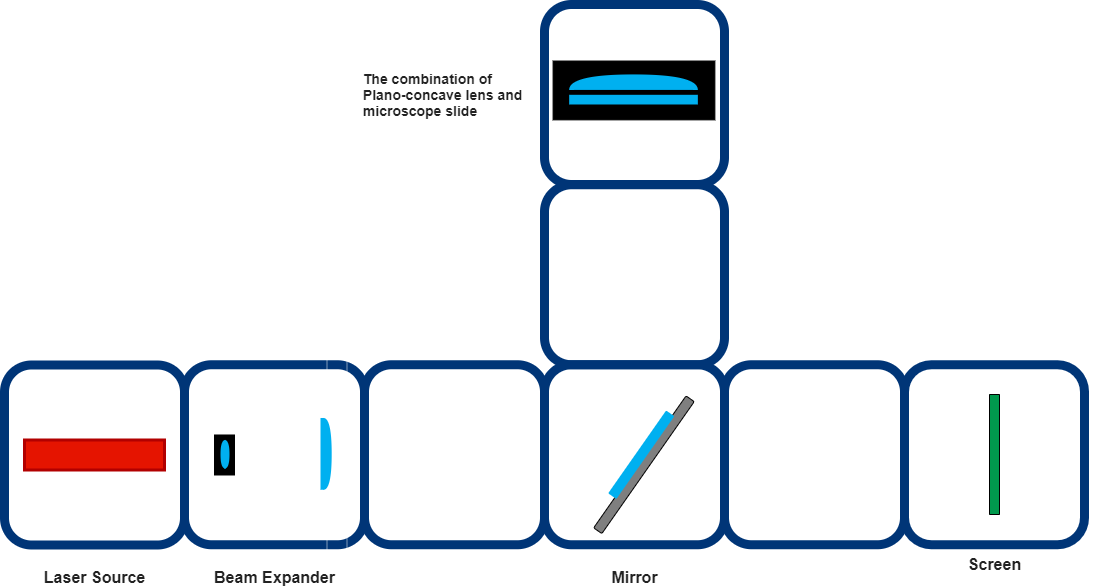
Above: APPLICATIONS/APP_POL_Newtons_Rings_Experiment/IMAGES/newtons_rings_diagram.png in openUC2/UC2-GIT (draw.io), before the change. Source tidied: cells renumbered, new cells last; positions are measured from the earlier drawing's top-left corner, leaving out a move shared by most shapes.
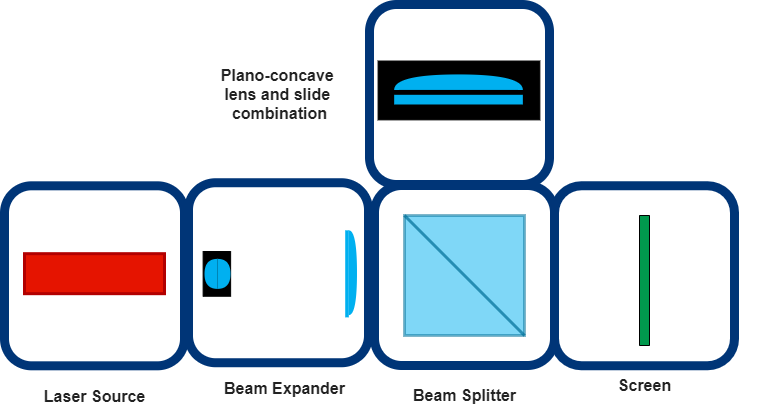
After the change.

What changed in the source:
```diff
@@ -2,110 +2,98 @@
   <root>
     <mxCell id="0" />
     <mxCell id="1" parent="0" />
-    <mxCell id="2" style="group;" parent="1" vertex="1">
-      <mxGeometry width="1025" height="583" as="geometry" />
-    </mxCell>
-    <mxCell id="3" style="group;" parent="2" vertex="1">
-      <mxGeometry width="900" height="583" as="geometry" />
-    </mxCell>
-    <mxCell id="4" style="group;" parent="3" vertex="1">
-      <mxGeometry y="360.5" width="180" height="180" as="geometry" />
-    </mxCell>
-    <mxCell id="5" style="rounded=1;whiteSpace=wrap;html=1;fillColor=none;strokeWidth=9;strokeColor=#003577;" parent="4" vertex="1">
-      <mxGeometry width="180" height="180" as="geometry" />
-    </mxCell>
-    <mxCell id="6" style="rounded=0;whiteSpace=wrap;html=1;shadow=0;comic=0;strokeColor=#B20000;strokeWidth=3;fillColor=#e51400;fontColor=#ffffff;" parent="4" vertex="1">
-      <mxGeometry x="20" y="75" width="140" height="30" as="geometry" />
-    </mxCell>
-    <mxCell id="7" style="rounded=1;whiteSpace=wrap;html=1;fillColor=none;strokeWidth=9;strokeColor=#003577;" parent="3" vertex="1">
-      <mxGeometry x="180" y="360.2" width="180" height="180" as="geometry" />
-    </mxCell>
-    <mxCell id="8" style="group;rounded=0;shadow=0;comic=0;strokeColor=#FFFFFF;strokeWidth=1;fillColor=none;gradientColor=none;opacity=50;rotation=-90;" parent="3" vertex="1">
-      <mxGeometry x="200" y="440.5" width="265" height="20" as="geometry" />
-    </mxCell>
-    <mxCell id="9" style="rounded=0;whiteSpace=wrap;html=1;shadow=0;comic=0;strokeWidth=1;fillColor=#000000;rotation=-90;" parent="8" vertex="1">
-      <mxGeometry width="40" height="20" as="geometry" />
-    </mxCell>
-    <mxCell id="10" style="group;rotation=-90;" parent="8" vertex="1">
-      <mxGeometry x="6" y="5" width="28.6" height="9" as="geometry" />
-    </mxCell>
-    <mxCell id="11" style="shape=or;whiteSpace=wrap;html=1;rounded=1;shadow=0;comic=0;strokeWidth=1;fillColor=#00B0F0;strokeColor=none;rotation=-180;" parent="10" vertex="1">
-      <mxGeometry x="10" y="-10" width="5" height="28.6" as="geometry" />
-    </mxCell>
-    <mxCell id="12" style="shape=or;whiteSpace=wrap;html=1;rounded=1;shadow=0;comic=0;strokeWidth=1;fillColor=#00B0F0;strokeColor=none;rotation=0;" parent="10" vertex="1">
-      <mxGeometry x="14" y="-10" width="5" height="28.6" as="geometry" />
-    </mxCell>
-    <mxCell id="13" style="group;rotation=-90;" parent="3" vertex="1">
-      <mxGeometry x="310" y="460.5" width="71.7" height="11.3" as="geometry" />
-    </mxCell>
-    <mxCell id="14" style="group;rounded=1;shadow=0;comic=0;strokeWidth=1;fillColor=none;rotation=-180;" parent="13" vertex="1">
-      <mxGeometry x="30" y="-30" width="11.3" height="71.7" as="geometry" />
-    </mxCell>
-    <mxCell id="15" style="shape=or;whiteSpace=wrap;html=1;strokeColor=none;strokeWidth=9;fillColor=#00B0F0;rotation=-360;" parent="14" vertex="1">
-      <mxGeometry x="-21" y="-17" width="8.2" height="71.7" as="geometry" />
-    </mxCell>
-    <mxCell id="16" style="rounded=0;whiteSpace=wrap;html=1;strokeColor=none;strokeWidth=9;fillColor=#00B0F0;rotation=-180;" parent="14" vertex="1">
-      <mxGeometry x="-24" y="-17" width="3.6" height="71.7" as="geometry" />
-    </mxCell>
+    <mxCell id="37" style="group;strokeWidth=8;fillColor=none;" parent="1" vertex="1">
+      <mxGeometry x="-30" y="440" width="750" height="401.7" as="geometry" />
+    </mxCell>
+    <mxCell id="38" style="group;" parent="37" vertex="1">
+      <mxGeometry x="570" y="191" width="180" height="200" as="geometry" />
+    </mxCell>
+    <mxCell id="36" value="&lt;div style=&quot;text-align: left&quot;&gt;&lt;font color=&quot;#222222&quot; face=&quot;arial, sans-serif&quot;&gt;&lt;span style=&quot;font-size: 16px ; background-color: rgb(255 , 255 , 255)&quot;&gt;&lt;b&gt;Screen&lt;/b&gt;&lt;/span&gt;&lt;/font&gt;&lt;/div&gt;" style="text;html=1;align=center;verticalAlign=middle;rotation=0;" parent="38" vertex="1">
+      <mxGeometry x="35" y="180" width="70" height="20" as="geometry" />
+    </mxCell>
+    <mxCell id="39" style="group;rotation=90;" parent="38" vertex="1">
+      <mxGeometry width="180" height="180" as="geometry" />
+    </mxCell>
+    <mxCell id="21" style="rounded=1;whiteSpace=wrap;html=1;fillColor=none;strokeWidth=9;strokeColor=#003577;rotation=90;" parent="39" vertex="1">
+      <mxGeometry x="-20" y="-9.8" width="180" height="180" as="geometry" />
+    </mxCell>
+    <mxCell id="40" style="rounded=0;whiteSpace=wrap;html=1;shadow=0;comic=0;strokeColor=#000000;strokeWidth=1;fillColor=#00994D;gradientColor=none;rotation=180;" parent="39" vertex="1">
+      <mxGeometry x="65" y="20" width="10" height="130" as="geometry" />
+    </mxCell>
+    <mxCell id="41" style="group;" parent="37" vertex="1">
+      <mxGeometry width="550" height="401.7" as="geometry" />
+    </mxCell>
+    <mxCell id="42" style="group;" parent="41" vertex="1">
+      <mxGeometry y="181.3" width="180" height="220.4" as="geometry" />
+    </mxCell>
+    <mxCell id="34" value="&lt;div style=&quot;text-align: left&quot;&gt;&lt;font color=&quot;#222222&quot; face=&quot;arial, sans-serif&quot;&gt;&lt;span style=&quot;font-size: 16px ; background-color: rgb(255 , 255 , 255)&quot;&gt;&lt;b&gt;Laser Source&lt;/b&gt;&lt;/span&gt;&lt;/font&gt;&lt;/div&gt;" style="text;html=1;align=center;verticalAlign=middle;" parent="42" vertex="1">
+      <mxGeometry x="30" y="200.4" width="120" height="20" as="geometry" />
+    </mxCell>
+    <mxCell id="43" style="rounded=1;whiteSpace=wrap;html=1;fillColor=none;strokeWidth=9;strokeColor=#003577;" parent="42" vertex="1">
+      <mxGeometry width="180" height="180" as="geometry" />
+    </mxCell>
+    <mxCell id="44" style="rounded=0;whiteSpace=wrap;html=1;shadow=0;comic=0;strokeColor=#B20000;strokeWidth=3;fillColor=#e51400;fontColor=#ffffff;" parent="42" vertex="1">
+      <mxGeometry x="20" y="67.9" width="140" height="40" as="geometry" />
+    </mxCell>
+    <mxCell id="45" style="group;" parent="41" vertex="1">
+      <mxGeometry x="190" y="171" width="180" height="222.5" as="geometry" />
+    </mxCell>
+    <mxCell id="46" style="shape=or;whiteSpace=wrap;html=1;strokeColor=none;strokeWidth=9;fillColor=#00B0F0;rotation=-360;" parent="45" vertex="1">
+      <mxGeometry x="154.3" y="54.9" width="8.2" height="84.7" as="geometry" />
+    </mxCell>
+    <mxCell id="47" style="rounded=0;whiteSpace=wrap;html=1;shadow=0;comic=0;strokeWidth=1;fillColor=#000000;rotation=-90;" parent="45" vertex="1">
+      <mxGeometry y="84.6" width="44.8" height="27.5" as="geometry" />
+    </mxCell>
-    <mxCell id="17" value="&lt;div style=&quot;text-align: left&quot;&gt;&lt;font color=&quot;#222222&quot; face=&quot;arial, sans-serif&quot;&gt;&lt;span style=&quot;font-size: 16px ; background-color: rgb(255 , 255 , 255)&quot;&gt;&lt;b&gt;Beam Expander&lt;/b&gt;&lt;/span&gt;&lt;/font&gt;&lt;/div&gt;" style="text;html=1;align=center;verticalAlign=middle;" parent="3" vertex="1">
-      <mxGeometry x="200" y="563" width="140" height="20" as="geometry" />
+    <mxCell id="17" value="&lt;div style=&quot;text-align: left&quot;&gt;&lt;font color=&quot;#222222&quot; face=&quot;arial, sans-serif&quot;&gt;&lt;span style=&quot;font-size: 16px ; background-color: rgb(255 , 255 , 255)&quot;&gt;&lt;b&gt;Beam Expander&lt;/b&gt;&lt;/span&gt;&lt;/font&gt;&lt;/div&gt;" style="text;html=1;align=center;verticalAlign=middle;" parent="45" vertex="1">
+      <mxGeometry x="20" y="202.5" width="140" height="20" as="geometry" />
     </mxCell>
-    <mxCell id="18" style="group;" parent="3" vertex="1">
-      <mxGeometry x="360" width="441.2" height="540.2" as="geometry" />
-    </mxCell>
-    <mxCell id="19" style="rounded=1;whiteSpace=wrap;html=1;fillColor=none;strokeWidth=9;strokeColor=#003577;" parent="18" vertex="1">
-      <mxGeometry y="360.2" width="180" height="180" as="geometry" />
-    </mxCell>
-    <mxCell id="20" style="group;rotation=90;" parent="18" vertex="1">
-      <mxGeometry x="560" y="370" width="180" height="180" as="geometry" />
-    </mxCell>
-    <mxCell id="21" style="rounded=1;whiteSpace=wrap;html=1;fillColor=none;strokeWidth=9;strokeColor=#003577;rotation=90;" parent="20" vertex="1">
-      <mxGeometry x="-20" y="-9.8" width="180" height="180" as="geometry" />
-    </mxCell>
-    <mxCell id="22" style="rounded=0;whiteSpace=wrap;html=1;shadow=0;comic=0;strokeColor=#000000;strokeWidth=1;fillColor=#00994D;gradientColor=none;rotation=180;" parent="20" vertex="1">
-      <mxGeometry x="65" y="20" width="10" height="120" as="geometry" />
-    </mxCell>
-    <mxCell id="23" style="rounded=1;whiteSpace=wrap;html=1;fillColor=none;strokeWidth=9;strokeColor=#003577;" parent="18" vertex="1">
-      <mxGeometry x="180" width="180" height="180" as="geometry" />
-    </mxCell>
-    <mxCell id="24" style="group;rotation=90;" parent="18" vertex="1">
-      <mxGeometry x="245.8" y="14.2" width="62" height="153.5" as="geometry" />
-    </mxCell>
+    <mxCell id="48" style="shape=or;whiteSpace=wrap;html=1;rounded=1;shadow=0;comic=0;strokeWidth=1;fillColor=#00B0F0;strokeColor=none;rotation=-180;" parent="45" vertex="1">
+      <mxGeometry x="10" y="83.4" width="13" height="30" as="geometry" />
+    </mxCell>
+    <mxCell id="49" style="shape=or;whiteSpace=wrap;html=1;rounded=1;shadow=0;comic=0;strokeWidth=1;fillColor=#00B0F0;strokeColor=none;rotation=0;" parent="45" vertex="1">
+      <mxGeometry x="23" y="83.4" width="13" height="30" as="geometry" />
+    </mxCell>
+    <mxCell id="50" style="rounded=0;whiteSpace=wrap;html=1;strokeColor=none;strokeWidth=9;fillColor=#00B0F0;rotation=-180;" parent="45" vertex="1">
+      <mxGeometry x="150.7" y="54.9" width="3.6" height="87" as="geometry" />
+    </mxCell>
+    <mxCell id="51" style="rounded=1;whiteSpace=wrap;html=1;fillColor=none;strokeWidth=9;strokeColor=#003577;" parent="45" vertex="1">
+      <mxGeometry x="-6" y="7.2" width="180" height="180" as="geometry" />
+    </mxCell>
+    <mxCell id="52" style="group;" parent="41" vertex="1">
+      <mxGeometry x="370" y="181" width="180" height="219.8" as="geometry" />
+    </mxCell>
+    <mxCell id="53" style="rounded=0;whiteSpace=wrap;html=1;shadow=0;comic=0;strokeColor=#006E96;strokeWidth=3;fillColor=#00B0F0;gradientColor=none;opacity=50;" parent="52" vertex="1">
+      <mxGeometry x="30" y="30" width="120" height="120" as="geometry" />
+    </mxCell>
+    <mxCell id="54" style="endArrow=none;html=1;shadow=0;strokeColor=#006E96;strokeWidth=3;fillColor=#73BD00;opacity=70;entryX=0;entryY=0;entryDx=0;entryDy=0;exitX=1;exitY=1;exitDx=0;exitDy=0;" parent="52" edge="1" source="53" target="53">
+      <mxGeometry x="-186.8" y="-360.2" as="geometry" />
+    </mxCell>
+    <mxCell id="55" value="&lt;div style=&quot;text-align: left&quot;&gt;&lt;font color=&quot;#222222&quot; face=&quot;arial, sans-serif&quot;&gt;&lt;span style=&quot;font-size: 16px ; background-color: rgb(255 , 255 , 255)&quot;&gt;&lt;b&gt;Beam Splitter&lt;/b&gt;&lt;/span&gt;&lt;/font&gt;&lt;/div&gt;" style="text;html=1;align=center;verticalAlign=middle;rotation=0;" parent="52" vertex="1">
+      <mxGeometry x="30" y="199.8" width="120" height="20" as="geometry" />
+    </mxCell>
+    <mxCell id="56" style="rounded=1;whiteSpace=wrap;html=1;fillColor=none;strokeWidth=9;strokeColor=#003577;" parent="52" vertex="1">
+      <mxGeometry width="180" height="180" as="geometry" />
+    </mxCell>
+    <mxCell id="57" style="group;" parent="41" vertex="1">
+      <mxGeometry x="210" width="335" height="180" as="geometry" />
+    </mxCell>
+    <mxCell id="58" style="rounded=1;whiteSpace=wrap;html=1;fillColor=none;strokeWidth=9;strokeColor=#003577;" parent="57" vertex="1">
+      <mxGeometry x="155" width="180" height="180" as="geometry" />
+    </mxCell>
+    <mxCell id="59" style="group;rotation=90;" parent="57" vertex="1">
+      <mxGeometry x="220.8" y="14.2" width="62" height="153.5" as="geometry" />
+    </mxCell>
-    <mxCell id="25" style="rounded=0;whiteSpace=wrap;html=1;shadow=0;comic=0;strokeWidth=1;fillColor=#000000;rotation=0;" parent="24" vertex="1">
+    <mxCell id="25" style="rounded=0;whiteSpace=wrap;html=1;shadow=0;comic=0;strokeWidth=1;fillColor=#000000;rotation=0;" parent="59" vertex="1">
       <mxGeometry x="-57.2" y="42.3" width="161.8" height="58.8" as="geometry" />
     </mxCell>
-    <mxCell id="26" style="shape=or;whiteSpace=wrap;html=1;strokeColor=none;strokeWidth=9;fillColor=#00B0F0;rotation=-90;" parent="24" vertex="1">
+    <mxCell id="26" style="shape=or;whiteSpace=wrap;html=1;strokeColor=none;strokeWidth=9;fillColor=#00B0F0;rotation=-90;" parent="59" vertex="1">
       <mxGeometry x="15.5" y="-0.9" width="15.5" height="128.7" as="geometry" />
     </mxCell>
-    <mxCell id="27" style="rounded=0;whiteSpace=wrap;html=1;strokeColor=none;strokeWidth=9;fillColor=#00B0F0;rotation=90;" parent="24" vertex="1">
+    <mxCell id="27" style="rounded=0;whiteSpace=wrap;html=1;strokeColor=none;strokeWidth=9;fillColor=#00B0F0;rotation=90;" parent="59" vertex="1">
       <mxGeometry x="18.4" y="16.5" width="9.7" height="128.7" as="geometry" />
     </mxCell>
-    <mxCell id="28" style="rounded=1;whiteSpace=wrap;html=1;strokeColor=#000000;strokeWidth=1;fillColor=#7F7F7F;gradientColor=none;rotation=-55;" parent="18" vertex="1">
-      <mxGeometry x="198.9" y="455.2" width="161.1" height="10" as="geometry" />
-    </mxCell>
-    <mxCell id="29" style="rounded=1;whiteSpace=wrap;html=1;strokeColor=none;strokeWidth=1;fillColor=#00B0F0;gradientColor=none;rotation=-55;" parent="18" vertex="1">
-      <mxGeometry x="226.2" y="445.2" width="101.1" height="10" as="geometry" />
-    </mxCell>
-    <mxCell id="30" value="&lt;span style=&quot;color: rgba(0 , 0 , 0 , 0) ; font-family: monospace ; font-size: 0px&quot;&gt;%3CmxGraphModel%3E%3Croot%3E%3CmxCell%20id%3D%220%22%2F%3E%3CmxCell%20id%3D%221%22%20parent%3D%220%22%2F%3E%3CmxCell%20id%3D%222%22%20value%3D%22%22%20style%3D%22rounded%3D0%3BwhiteSpace%3Dwrap%3Bhtml%3D1%3Bshadow%3D0%3Bcomic%3D0%3BstrokeWidth%3D1%3BfillColor%3D%23000000%3Brotation%3D0%3B%22%20vertex%3D%221%22%20parent%3D%221%22%3E%3CmxGeometry%20x%3D%22374.25%22%20y%3D%2271.25%22%20width%3D%22160%22%20height%3D%2252.5%22%20as%3D%22geometry%22%2F%3E%3C%2FmxCell%3E%3C%2Froot%3E%3C%2FmxGraphModel%3E&lt;/span&gt;" style="rounded=1;whiteSpace=wrap;html=1;fillColor=none;strokeWidth=9;strokeColor=#003577;" parent="18" vertex="1">
-      <mxGeometry x="180" y="180.2" width="180" height="180" as="geometry" />
-    </mxCell>
-    <mxCell id="31" style="rounded=1;whiteSpace=wrap;html=1;fillColor=none;strokeWidth=9;strokeColor=#003577;" parent="18" vertex="1">
-      <mxGeometry x="180" y="360.2" width="180" height="180" as="geometry" />
-    </mxCell>
-    <mxCell id="32" value="&lt;div style=&quot;text-align: left&quot;&gt;&lt;font&gt;&lt;font color=&quot;#222222&quot; face=&quot;arial, sans-serif&quot; style=&quot;font-size: 14px&quot;&gt;&lt;span style=&quot;background-color: rgb(255 , 255 , 255)&quot;&gt;&lt;b&gt;The combination of&amp;nbsp;&lt;/b&gt;&lt;/span&gt;&lt;/font&gt;&lt;/font&gt;&lt;/div&gt;&lt;div style=&quot;text-align: left&quot;&gt;&lt;font&gt;&lt;font color=&quot;#222222&quot; face=&quot;arial, sans-serif&quot; style=&quot;font-size: 14px&quot;&gt;&lt;span style=&quot;background-color: rgb(255 , 255 , 255)&quot;&gt;&lt;b&gt;Plano-concave lens and&amp;nbsp;&lt;/b&gt;&lt;/span&gt;&lt;/font&gt;&lt;/font&gt;&lt;/div&gt;&lt;div style=&quot;text-align: left&quot;&gt;&lt;font&gt;&lt;font color=&quot;#222222&quot; face=&quot;arial, sans-serif&quot; style=&quot;font-size: 14px&quot;&gt;&lt;span style=&quot;background-color: rgb(255 , 255 , 255)&quot;&gt;&lt;b&gt;microscope slide&amp;nbsp;&amp;nbsp;&lt;/b&gt;&lt;/span&gt;&lt;/font&gt;&lt;/font&gt;&lt;/div&gt;" style="text;html=1;align=center;verticalAlign=middle;rotation=0;" parent="18" vertex="1">
-      <mxGeometry x="-10" y="65" width="180" height="50" as="geometry" />
-    </mxCell>
-    <mxCell id="33" value="&lt;span style=&quot;color: rgba(0 , 0 , 0 , 0) ; font-family: monospace ; font-size: 0px&quot;&gt;%3CmxGraphModel%3E%3Croot%3E%3CmxCell%20id%3D%220%22%2F%3E%3CmxCell%20id%3D%221%22%20parent%3D%220%22%2F%3E%3CmxCell%20id%3D%222%22%20value%3D%22%22%20style%3D%22rounded%3D0%3BwhiteSpace%3Dwrap%3Bhtml%3D1%3Bshadow%3D0%3Bcomic%3D0%3BstrokeWidth%3D1%3BfillColor%3D%23000000%3Brotation%3D0%3B%22%20vertex%3D%221%22%20parent%3D%221%22%3E%3CmxGeometry%20x%3D%22374.25%22%20y%3D%2271.25%22%20width%3D%22160%22%20height%3D%2252.5%22%20as%3D%22geometry%22%2F%3E%3C%2FmxCell%3E%3C%2Froot%3E%3C%2FmxGraphModel%3E&lt;/span&gt;" style="rounded=1;whiteSpace=wrap;html=1;fillColor=none;strokeWidth=9;strokeColor=#003577;" parent="3" vertex="1">
-      <mxGeometry x="720" y="360.2" width="180" height="180" as="geometry" />
-    </mxCell>
-    <mxCell id="34" value="&lt;div style=&quot;text-align: left&quot;&gt;&lt;font color=&quot;#222222&quot; face=&quot;arial, sans-serif&quot;&gt;&lt;span style=&quot;font-size: 16px ; background-color: rgb(255 , 255 , 255)&quot;&gt;&lt;b&gt;Laser Source&lt;/b&gt;&lt;/span&gt;&lt;/font&gt;&lt;/div&gt;" style="text;html=1;align=center;verticalAlign=middle;" parent="3" vertex="1">
-      <mxGeometry x="30" y="563" width="120" height="20" as="geometry" />
-    </mxCell>
-    <mxCell id="35" value="&lt;div style=&quot;text-align: left&quot;&gt;&lt;font color=&quot;#222222&quot; face=&quot;arial, sans-serif&quot;&gt;&lt;span style=&quot;font-size: 16px ; background-color: rgb(255 , 255 , 255)&quot;&gt;&lt;b&gt;Mirror&lt;/b&gt;&lt;/span&gt;&lt;/font&gt;&lt;/div&gt;" style="text;html=1;align=center;verticalAlign=middle;rotation=0;" parent="3" vertex="1">
-      <mxGeometry x="600" y="563" width="60" height="20" as="geometry" />
-    </mxCell>
-    <mxCell id="36" value="&lt;div style=&quot;text-align: left&quot;&gt;&lt;font color=&quot;#222222&quot; face=&quot;arial, sans-serif&quot;&gt;&lt;span style=&quot;font-size: 16px ; background-color: rgb(255 , 255 , 255)&quot;&gt;&lt;b&gt;Screen&lt;/b&gt;&lt;/span&gt;&lt;/font&gt;&lt;/div&gt;" style="text;html=1;align=center;verticalAlign=middle;rotation=0;" parent="2" vertex="1">
-      <mxGeometry x="955" y="550" width="70" height="20" as="geometry" />
-    </mxCell>
+    <mxCell id="60" value="&lt;div style=&quot;font-size: 16px&quot;&gt;&lt;font style=&quot;font-size: 16px&quot;&gt;&lt;font color=&quot;#222222&quot; face=&quot;arial, sans-serif&quot; style=&quot;font-size: 16px&quot;&gt;&lt;span style=&quot;background-color: rgb(255 , 255 , 255)&quot;&gt;&lt;b&gt;Plano-concave&amp;nbsp;&lt;/b&gt;&lt;/span&gt;&lt;/font&gt;&lt;/font&gt;&lt;/div&gt;&lt;div style=&quot;font-size: 16px&quot;&gt;&lt;font style=&quot;font-size: 16px&quot;&gt;&lt;font style=&quot;font-size: 16px&quot;&gt;&lt;font color=&quot;#222222&quot; face=&quot;arial, sans-serif&quot; style=&quot;font-size: 16px&quot;&gt;&lt;span style=&quot;background-color: rgb(255 , 255 , 255)&quot;&gt;&lt;b&gt;lens&amp;nbsp;&lt;/b&gt;&lt;/span&gt;&lt;/font&gt;&lt;/font&gt;&lt;b style=&quot;color: rgb(34 , 34 , 34) ; font-family: &amp;#34;arial&amp;#34; , sans-serif&quot;&gt;and&amp;nbsp;&lt;/b&gt;&lt;/font&gt;&lt;b style=&quot;color: rgb(34 , 34 , 34) ; font-family: &amp;#34;arial&amp;#34; , sans-serif&quot;&gt;slide&amp;nbsp;&lt;/b&gt;&lt;/div&gt;&lt;div style=&quot;font-size: 16px&quot;&gt;&lt;b style=&quot;color: rgb(34 , 34 , 34) ; font-family: &amp;#34;arial&amp;#34; , sans-serif&quot;&gt;combination&lt;/b&gt;&lt;/div&gt;" style="text;html=1;align=center;verticalAlign=middle;rotation=0;" parent="57" vertex="1">
+      <mxGeometry y="65" width="130" height="50" as="geometry" />
+    </mxCell>
   </root>
 </mxGraphModel>
```
